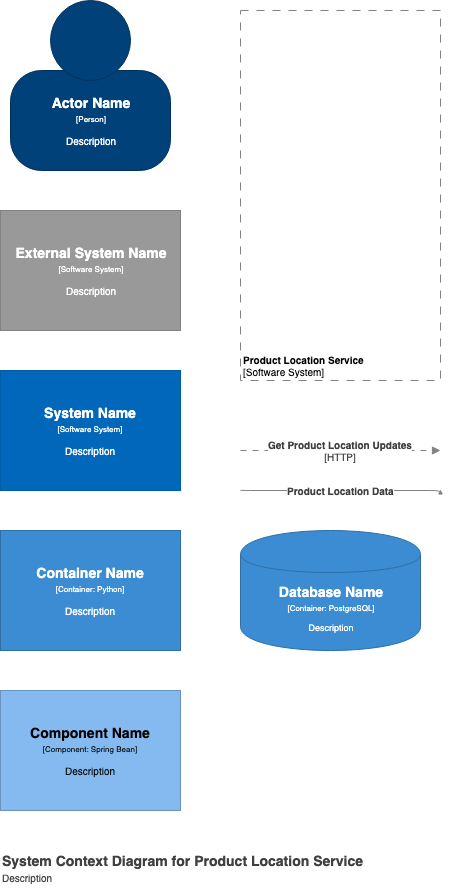
This is C4.drawio.png from kaminzo/c4-draw.io, a draw.io export, as it was before one commit. Source tidied: cells renumbered, new cells last; positions are measured from the earlier drawing's top-left corner, leaving out a move shared by most shapes.
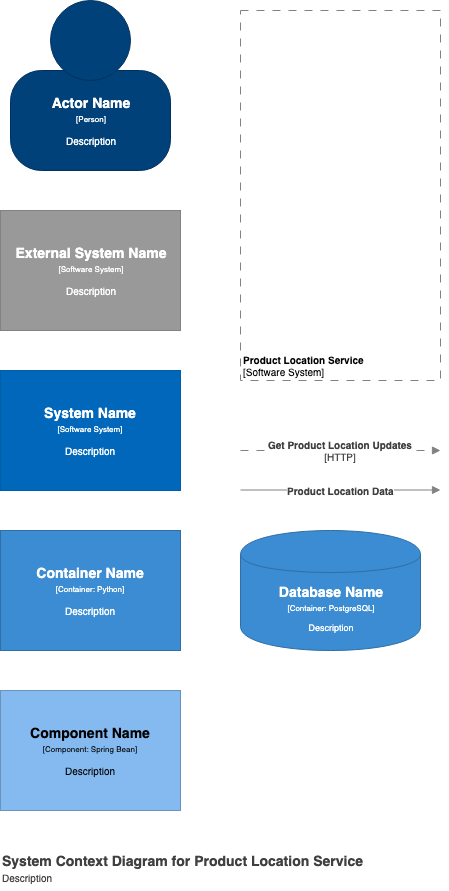
Later version of the same file.

What changed in the source:
```diff
@@ -29,13 +29,13 @@
     <mxCell id="10" value="&lt;div style=&quot;color: rgb(255 , 255 , 255) ; font-size: 12px ; white-space: normal&quot;&gt;&lt;b&gt;&lt;font style=&quot;font-size: 14px&quot;&gt;Database Name&lt;/font&gt;&lt;/b&gt;&lt;/div&gt;&lt;div style=&quot;color: rgb(255 , 255 , 255) ; font-size: 12px ; white-space: normal&quot;&gt;&lt;font style=&quot;font-size: 8px&quot;&gt;[Container: PostgreSQL]&lt;/font&gt;&lt;/div&gt;&lt;div style=&quot;color: rgb(255 , 255 , 255) ; white-space: normal ; font-size: 8px&quot;&gt;&lt;font style=&quot;line-height: 9.6px&quot;&gt;&lt;br&gt;&lt;/font&gt;&lt;/div&gt;&lt;div style=&quot;color: rgb(255 , 255 , 255) ; white-space: normal&quot;&gt;Description&lt;/div&gt;" style="shape=cylinder;whiteSpace=wrap;html=1;boundedLbl=1;backgroundOutline=1;strokeColor=#2F6FA6;strokeWidth=1;fillColor=#3B8CD2;fontSize=9;fontColor=#000000;align=center;" parent="1" vertex="1">
       <mxGeometry x="240" y="530" width="180" height="120" as="geometry" />
     </mxCell>
-    <mxCell id="11" value="&lt;b style=&quot;font-size: 10px;&quot;&gt;Get Product Location Updates&lt;/b&gt;&lt;br style=&quot;font-size: 10px;&quot;&gt;[HTTP]" style="endArrow=block;html=1;fontSize=10;fontColor=#404040;strokeWidth=1;endFill=1;dashed=1;dashPattern=6 6;strokeColor=#828282;edgeStyle=elbowEdgeStyle;elbow=vertical;" parent="1" edge="1">
+    <mxCell id="11" value="&lt;b style=&quot;font-size: 10px;&quot;&gt;Get Product Location Updates&lt;/b&gt;&lt;br style=&quot;font-size: 10px;&quot;&gt;[HTTP]" style="endArrow=block;html=1;fontSize=10;fontColor=#404040;strokeWidth=1;endFill=1;dashed=1;dashPattern=8 8;strokeColor=#828282;elbow=vertical;" parent="1" edge="1">
       <mxGeometry relative="1" as="geometry">
         <mxPoint x="240" y="450" as="sourcePoint" />
         <mxPoint x="440" y="450" as="targetPoint" />
       </mxGeometry>
     </mxCell>
-    <mxCell id="12" value="&lt;b style=&quot;font-size: 10px&quot;&gt;Product Location Data&lt;/b&gt;" style="endArrow=block;html=1;fontSize=10;fontColor=#404040;strokeWidth=1;endFill=1;strokeColor=#828282;edgeStyle=elbowEdgeStyle;elbow=vertical;" parent="1" edge="1">
+    <mxCell id="12" value="&lt;b style=&quot;font-size: 10px&quot;&gt;Product Location Data&lt;/b&gt;" style="endArrow=block;html=1;fontSize=10;fontColor=#404040;strokeWidth=1;endFill=1;strokeColor=#828282;elbow=vertical;" parent="1" edge="1">
       <mxGeometry relative="1" as="geometry">
         <mxPoint x="240" y="489.5" as="sourcePoint" />
         <mxPoint x="440" y="489.5" as="targetPoint" />
```
